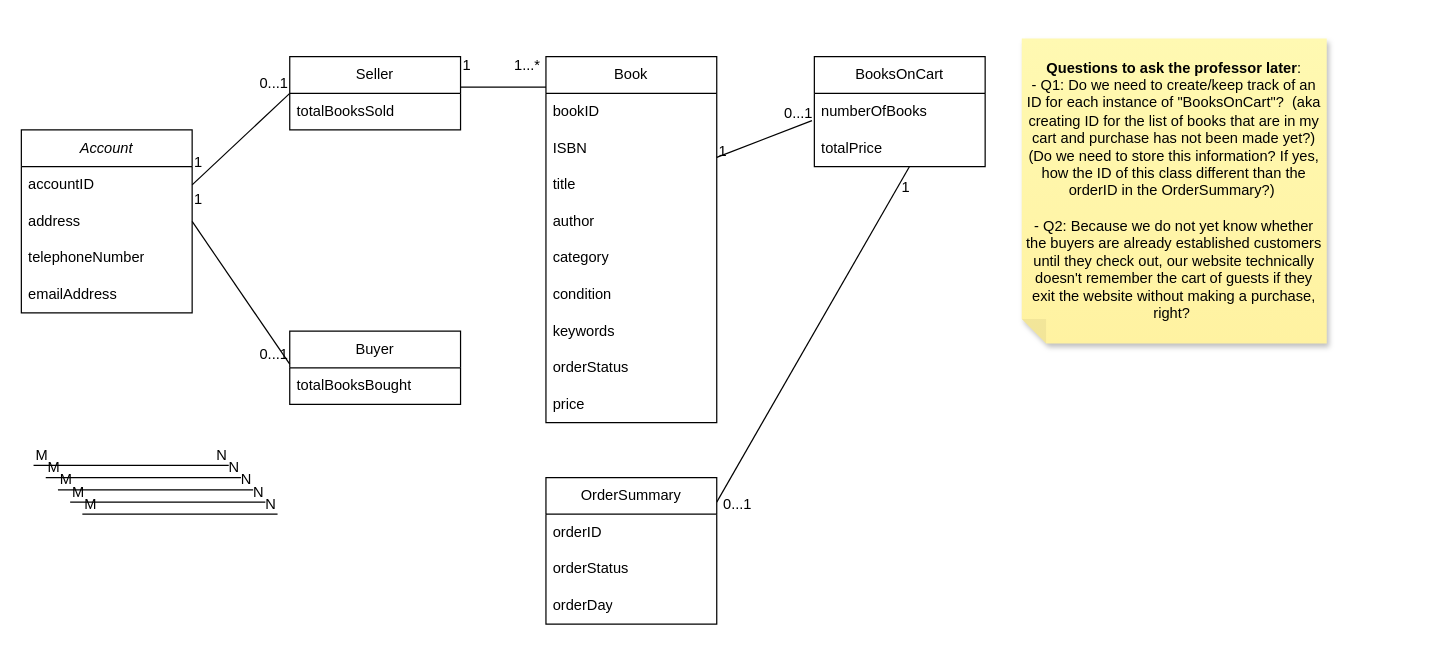
Above: Untitled Diagram.drawio in Chau-Nguyen-Developer/Driving-Ticket-Processing-System-Design (draw.io), before the change. Source tidied: cells renumbered, new cells numbered last; positions are measured from the earlier drawing's top-left corner, leaving out a move shared by most shapes. Both pictures are drawn from the tidied source at 122%, with x=0, y=0 at pixel (21, 38).
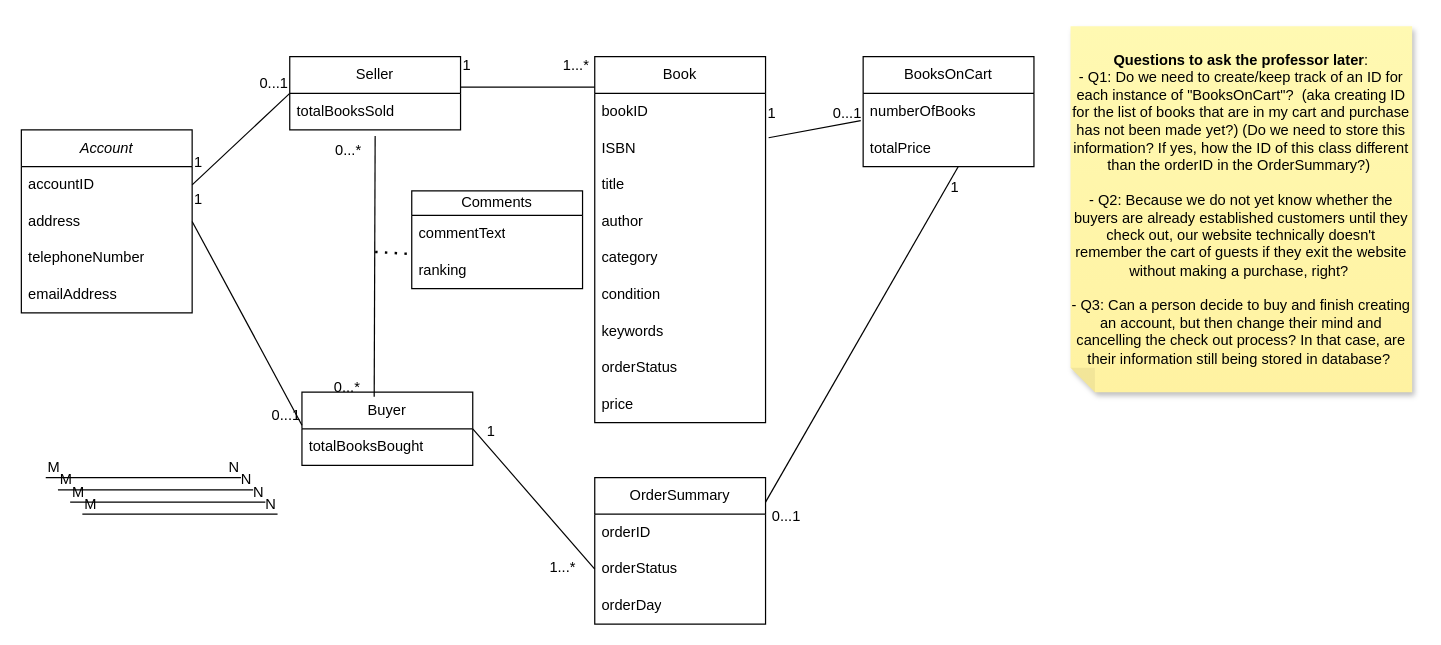
The same diagram, later.

Commit message:
Create associate class Comment. Work on cardinality between classes.

Unchanged cells that the change refers to:
```xml
<mxCell id="13" value="ISBN" style="text;strokeColor=none;fillColor=none;align=left;verticalAlign=middle;spacingLeft=4;spacingRight=4;overflow=hidden;points=[[0,0.5],[1,0.5]];portConstraint=eastwest;whiteSpace=wrap;html=1;" parent="11" vertex="1">
  <mxGeometry y="60" width="140" height="30" as="geometry" />
</mxCell>
<mxCell id="22" value="numberOfBooks" style="text;strokeColor=none;fillColor=none;align=left;verticalAlign=middle;spacingLeft=4;spacingRight=4;overflow=hidden;points=[[0,0.5],[1,0.5]];portConstraint=eastwest;whiteSpace=wrap;html=1;" parent="21" vertex="1">
  <mxGeometry y="30" width="140" height="30" as="geometry" />
</mxCell>
<mxCell id="24" style="endArrow=none;html=1;rounded=0;entryX=-0.014;entryY=0.747;entryDx=0;entryDy=0;entryPerimeter=0;exitX=1;exitY=0.167;exitDx=0;exitDy=0;exitPerimeter=0;" parent="21" edge="1" source="27">
  <mxGeometry relative="1" as="geometry">
    <mxPoint x="78" y="90" as="targetPoint" />
  </mxGeometry>
</mxCell>
<mxCell id="29" value="orderStatus" style="text;strokeColor=none;fillColor=none;align=left;verticalAlign=middle;spacingLeft=4;spacingRight=4;overflow=hidden;points=[[0,0.5],[1,0.5]];portConstraint=eastwest;whiteSpace=wrap;html=1;" parent="27" vertex="1">
  <mxGeometry y="60" width="140" height="30" as="geometry" />
</mxCell>
```

Change to the diagram source:
```diff
@@
     <mxCell id="7" value="Buyer" style="swimlane;fontStyle=0;horizontal=1;startSize=30;whiteSpace=wrap;html=1;" parent="1" vertex="1">
-      <mxGeometry x="220" y="240" width="140" height="60" as="geometry" />
+      <mxGeometry x="230" y="290" width="140" height="60" as="geometry" />
     </mxCell>
@@
     <mxCell id="11" value="Book" style="swimlane;fontStyle=0;horizontal=1;startSize=30;whiteSpace=wrap;html=1;" parent="1" vertex="1">
-      <mxGeometry x="430" y="15" width="140" height="300" as="geometry" />
+      <mxGeometry x="470" y="15" width="140" height="300" as="geometry" />
     </mxCell>
@@
     <mxCell id="21" value="BooksOnCart" style="swimlane;fontStyle=0;horizontal=1;startSize=30;whiteSpace=wrap;html=1;" parent="1" vertex="1">
-      <mxGeometry x="650" y="15" width="140" height="90" as="geometry" />
+      <mxGeometry x="690" y="15" width="140" height="90" as="geometry" />
     </mxCell>
@@
     <mxCell id="26" value="0...1" style="html=1;whiteSpace=wrap;align=right;verticalAlign=bottom;" parent="24" vertex="1">
       <mxGeometry x="1" relative="1" as="geometry">
-        <mxPoint x="-128" y="285" as="offset" />
+        <mxPoint x="-128" y="295" as="offset" />
       </mxGeometry>
     </mxCell>
     <mxCell id="27" value="OrderSummary" style="swimlane;fontStyle=0;horizontal=1;startSize=30;whiteSpace=wrap;html=1;" parent="1" vertex="1">
-      <mxGeometry x="430" y="360" width="140" height="120" as="geometry" />
+      <mxGeometry x="470" y="360" width="140" height="120" as="geometry" />
     </mxCell>
@@
-    <mxCell id="34" style="endArrow=none;html=1;rounded=0;" parent="1" edge="1">
+    <mxCell id="34" style="endArrow=none;html=1;rounded=0;entryX=0.423;entryY=0.061;entryDx=0;entryDy=0;entryPerimeter=0;" parent="1" edge="1" target="7">
       <mxGeometry relative="1" as="geometry">
-        <mxPoint x="10" y="350" as="sourcePoint" />
-        <mxPoint x="170" y="350" as="targetPoint" />
+        <mxPoint x="290" y="80" as="sourcePoint" />
       </mxGeometry>
     </mxCell>
-    <mxCell id="35" value="M" style="html=1;whiteSpace=wrap;align=left;verticalAlign=bottom;" parent="34" vertex="1">
-      <mxGeometry x="-1" relative="1" as="geometry" />
-    </mxCell>
-    <mxCell id="36" value="N" style="html=1;whiteSpace=wrap;align=right;verticalAlign=bottom;" parent="34" vertex="1">
-      <mxGeometry x="1" relative="1" as="geometry" />
+    <mxCell id="36" value="0...*" style="html=1;whiteSpace=wrap;align=right;verticalAlign=bottom;" parent="34" vertex="1">
+      <mxGeometry x="1" relative="1" as="geometry">
+        <mxPoint x="-10" as="offset" />
+      </mxGeometry>
     </mxCell>
@@
-    <mxCell id="55" style="endArrow=none;html=1;rounded=0;entryX=-0.014;entryY=0.747;entryDx=0;entryDy=0;entryPerimeter=0;exitX=1;exitY=0.5;exitDx=0;exitDy=0;" parent="1" edge="1" target="22">
-      <mxGeometry relative="1" as="geometry">
-        <mxPoint x="570" y="97.5" as="sourcePoint" />
-      </mxGeometry>
+    <mxCell id="55" style="endArrow=none;html=1;rounded=0;entryX=-0.014;entryY=0.747;entryDx=0;entryDy=0;entryPerimeter=0;exitX=1.018;exitY=0.214;exitDx=0;exitDy=0;exitPerimeter=0;" parent="1" edge="1" source="13" target="22">
+      <mxGeometry relative="1" as="geometry" />
     </mxCell>
     <mxCell id="56" value="1" style="html=1;whiteSpace=wrap;align=left;verticalAlign=bottom;" parent="55" vertex="1">
       <mxGeometry x="-1" relative="1" as="geometry">
-        <mxPoint y="3" as="offset" />
+        <mxPoint x="-3" y="-11" as="offset" />
       </mxGeometry>
     </mxCell>
@@
-    <mxCell id="58" value="&lt;b&gt;Questions to ask the professor later&lt;/b&gt;:&lt;div&gt;- Q1: Do we need to create/keep track of an ID for each instance of &quot;BooksOnCart&quot;?&amp;nbsp; (aka creating ID for the list of books that are in my cart and purchase has not been made yet?) (Do we need to store this information? If yes, how the ID of this class different than the orderID in the OrderSummary?)&amp;nbsp;&lt;/div&gt;&lt;div&gt;&lt;br&gt;&lt;/div&gt;&lt;div&gt;- Q2: Because we do not yet know whether the buyers are already established customers until they check out, our website technically doesn't remember the cart of guests if they exit the website without making a&amp;nbsp;purchase, right?&amp;nbsp;&lt;/div&gt;" style="shape=note;whiteSpace=wrap;html=1;backgroundOutline=1;fontColor=#000000;darkOpacity=0.05;fillColor=#FFF9B2;strokeColor=none;fillStyle=solid;direction=west;gradientDirection=north;gradientColor=#FFF2A1;shadow=1;size=20;" parent="1" vertex="1">
-      <mxGeometry x="820" width="250" height="250" as="geometry" />
+    <mxCell id="58" value="&lt;b&gt;Questions to ask the professor later&lt;/b&gt;:&lt;div&gt;- Q1: Do we need to create/keep track of an ID for each instance of &quot;BooksOnCart&quot;?&amp;nbsp; (aka creating ID for the list of books that are in my cart and purchase has not been made yet?) (Do we need to store this information? If yes, how the ID of this class different than the orderID in the OrderSummary?)&amp;nbsp;&lt;/div&gt;&lt;div&gt;&lt;br&gt;&lt;/div&gt;&lt;div&gt;- Q2: Because we do not yet know whether the buyers are already established customers until they check out, our website technically doesn't remember the cart of guests if they exit the website without making a&amp;nbsp;purchase, right?&amp;nbsp;&lt;/div&gt;&lt;div&gt;&lt;br&gt;&lt;/div&gt;&lt;div&gt;- Q3: Can a person decide to buy and finish creating an account, but then change their mind and cancelling the check out process? In that case, are their information still being stored in database?&amp;nbsp;&lt;/div&gt;" style="shape=note;whiteSpace=wrap;html=1;backgroundOutline=1;fontColor=#000000;darkOpacity=0.05;fillColor=#FFF9B2;strokeColor=none;fillStyle=solid;direction=west;gradientDirection=north;gradientColor=#FFF2A1;shadow=1;size=20;" parent="1" vertex="1">
+      <mxGeometry x="860" y="-10" width="280" height="300" as="geometry" />
     </mxCell>
+    <mxCell id="59" value="0...*" style="html=1;whiteSpace=wrap;align=right;verticalAlign=bottom;" parent="1" vertex="1">
+      <mxGeometry x="280" y="100" as="geometry" />
+    </mxCell>
+    <mxCell id="60" value="Comments" style="swimlane;fontStyle=0;horizontal=1;startSize=20;whiteSpace=wrap;html=1;" parent="1" vertex="1">
+      <mxGeometry x="320" y="125" width="140" height="80" as="geometry" />
+    </mxCell>
+    <mxCell id="61" value="commentText" style="text;strokeColor=none;fillColor=none;align=left;verticalAlign=middle;spacingLeft=4;spacingRight=4;overflow=hidden;whiteSpace=wrap;html=1;" parent="60" vertex="1">
+      <mxGeometry y="20" width="140" height="30" as="geometry" />
+    </mxCell>
+    <mxCell id="62" value="ranking" style="text;strokeColor=none;fillColor=none;align=left;verticalAlign=middle;spacingLeft=4;spacingRight=4;overflow=hidden;points=[[0,0.5],[1,0.5]];portConstraint=eastwest;whiteSpace=wrap;html=1;" parent="60" vertex="1">
+      <mxGeometry y="50" width="140" height="30" as="geometry" />
+    </mxCell>
+    <mxCell id="63" style="endArrow=none;dashed=1;html=1;dashPattern=1 3;strokeWidth=2;rounded=0;entryX=-0.021;entryY=0.053;entryDx=0;entryDy=0;entryPerimeter=0;" parent="1" edge="1" target="62">
+      <mxGeometry relative="1" as="geometry">
+        <mxPoint x="290" y="175" as="sourcePoint" />
+      </mxGeometry>
+    </mxCell>
+    <mxCell id="64" style="endArrow=none;html=1;rounded=0;entryX=0;entryY=0.5;entryDx=0;entryDy=0;" parent="1" edge="1" target="29">
+      <mxGeometry relative="1" as="geometry">
+        <mxPoint x="370" y="320" as="sourcePoint" />
+      </mxGeometry>
+    </mxCell>
+    <mxCell id="65" value="1" style="html=1;whiteSpace=wrap;align=left;verticalAlign=bottom;" parent="64" vertex="1">
+      <mxGeometry x="-1" relative="1" as="geometry">
+        <mxPoint x="10" y="10" as="offset" />
+      </mxGeometry>
+    </mxCell>
+    <mxCell id="66" value="1...*&amp;nbsp;" style="html=1;whiteSpace=wrap;align=right;verticalAlign=bottom;" parent="64" vertex="1">
+      <mxGeometry x="1" relative="1" as="geometry">
+        <mxPoint x="-11" y="7" as="offset" />
+      </mxGeometry>
+    </mxCell>
```
